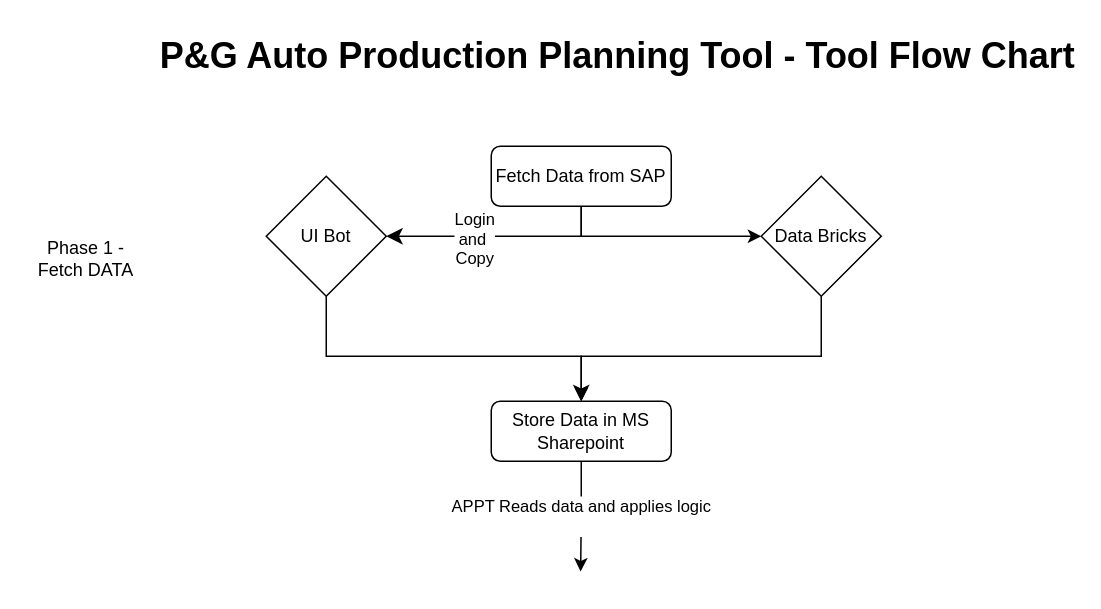
Earlier version of the draw.io diagram PG-APPT.drawio (Aetheradix/PG-AutoProdTool). Source tidied: cells renumbered, new cells numbered last; positions are measured from the earlier drawing's top-left corner, leaving out a move shared by most shapes. Both pictures are drawn from the tidied source at 150%, with x=0, y=0 at pixel (26, 26).
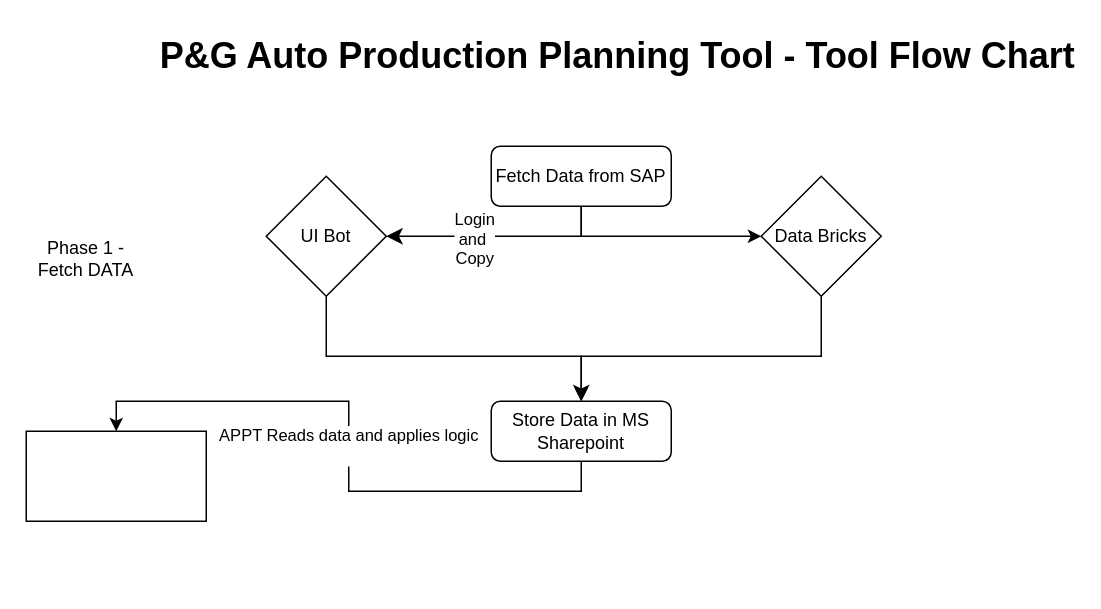
The same page after the edit.

Commit message:
Update PG-APPT diagram with new node and edge

Added a new vertex and updated an edge in the PG-APPT.drawio diagram to reflect additional data flow. Diagram version and canvas size were also updated.

Change to the diagram source:
```diff
@@
 <mxGraphModel>
   <root>
     <mxCell id="0" />
     <mxCell id="1" parent="0" />
     <mxCell id="2" style="rounded=0;html=1;jettySize=auto;fontSize=11;endArrow=classic;endFill=1;endSize=8;strokeWidth=1;shadow=0;labelBackgroundColor=none;edgeStyle=orthogonalEdgeStyle;entryX=0.5;entryY=0;entryDx=0;entryDy=0;" parent="1" edge="1" source="9" target="13">
       <mxGeometry relative="1" as="geometry">
         <Array as="points">
           <mxPoint x="200" y="220" />
           <mxPoint x="370" y="220" />
         </Array>
       </mxGeometry>
     </mxCell>
     <mxCell id="3" style="edgeStyle=orthogonalEdgeStyle;rounded=0;jettySize=auto;html=1;exitX=0.5;exitY=1;exitDx=0;exitDy=0;entryX=0;entryY=0.5;entryDx=0;entryDy=0;" parent="1" edge="1" source="4" target="11">
       <mxGeometry relative="1" as="geometry" />
     </mxCell>
     <mxCell id="4" value="Fetch Data from SAP" style="rounded=1;whiteSpace=wrap;html=1;fontSize=12;glass=0;strokeWidth=1;shadow=0;" parent="1" vertex="1">
       <mxGeometry x="310" y="80" width="120" height="40" as="geometry" />
     </mxCell>
     <mxCell id="5" value="P&amp;amp;G Auto Production Planning Tool - Tool Flow Chart" style="text;strokeColor=none;fillColor=none;html=1;fontSize=24;fontStyle=1;verticalAlign=middle;align=center;" parent="1" vertex="1">
       <mxGeometry x="344" width="100" height="40" as="geometry" />
     </mxCell>
     <mxCell id="6" value="Phase 1 - Fetch DATA" style="text;html=1;whiteSpace=wrap;strokeColor=none;fillColor=none;align=center;verticalAlign=middle;rounded=0;" parent="1" vertex="1">
       <mxGeometry y="140" width="80" height="30" as="geometry" />
     </mxCell>
     <mxCell id="7" style="rounded=0;html=1;jettySize=auto;fontSize=11;endArrow=classic;endFill=1;endSize=8;strokeWidth=1;shadow=0;labelBackgroundColor=none;edgeStyle=orthogonalEdgeStyle;" parent="1" edge="1" source="4" target="9">
       <mxGeometry relative="1" as="geometry">
         <Array as="points">
           <mxPoint x="370" y="140" />
         </Array>
       </mxGeometry>
     </mxCell>
     <mxCell id="8" value="Login&lt;div&gt;and&amp;nbsp;&lt;/div&gt;&lt;div&gt;Copy&lt;/div&gt;" style="edgeLabel;html=1;align=center;verticalAlign=middle;" parent="7" vertex="1">
       <mxGeometry x="0.23" y="1" relative="1" as="geometry" />
     </mxCell>
     <mxCell id="9" value="UI Bot" style="rhombus;whiteSpace=wrap;html=1;" parent="1" vertex="1">
       <mxGeometry x="160" y="100" width="80" height="80" as="geometry" />
     </mxCell>
     <mxCell id="10" style="edgeStyle=orthogonalEdgeStyle;rounded=0;jettySize=auto;html=1;entryX=0.5;entryY=0;entryDx=0;entryDy=0;endArrow=classic;endFill=1;" parent="1" edge="1" source="11" target="13">
       <mxGeometry relative="1" as="geometry">
         <Array as="points">
           <mxPoint x="530" y="220" />
           <mxPoint x="370" y="220" />
         </Array>
       </mxGeometry>
     </mxCell>
     <mxCell id="11" value="Data Bricks" style="rhombus;whiteSpace=wrap;html=1;" parent="1" vertex="1">
       <mxGeometry x="490" y="100" width="80" height="80" as="geometry" />
     </mxCell>
-    <mxCell id="12" value="APPT Reads data and applies logic&lt;div&gt;&lt;br&gt;&lt;/div&gt;" style="edgeStyle=orthogonalEdgeStyle;rounded=0;jettySize=auto;html=1;exitX=0.5;exitY=1;exitDx=0;exitDy=0;" parent="1" edge="1" source="13">
-      <mxGeometry relative="1" as="geometry">
-        <mxPoint x="369.6" y="363.5" as="targetPoint" />
-      </mxGeometry>
+    <mxCell id="12" value="APPT Reads data and applies logic&lt;div&gt;&lt;br&gt;&lt;/div&gt;" style="edgeStyle=orthogonalEdgeStyle;rounded=0;jettySize=auto;html=1;exitX=0.5;exitY=1;exitDx=0;exitDy=0;entryX=0.5;entryY=0;entryDx=0;entryDy=0;" parent="1" edge="1" source="13" target="14">
+      <mxGeometry relative="1" as="geometry" />
     </mxCell>
     <mxCell id="13" value="Store Data in MS Sharepoint" style="rounded=1;whiteSpace=wrap;html=1;fontSize=12;glass=0;strokeWidth=1;shadow=0;" parent="1" vertex="1">
       <mxGeometry x="310" y="250" width="120" height="40" as="geometry" />
     </mxCell>
+    <mxCell id="14" style="rounded=0;whiteSpace=wrap;html=1;" parent="1" vertex="1">
+      <mxGeometry y="270" width="120" height="60" as="geometry" />
+    </mxCell>
   </root>
 </mxGraphModel>
```
